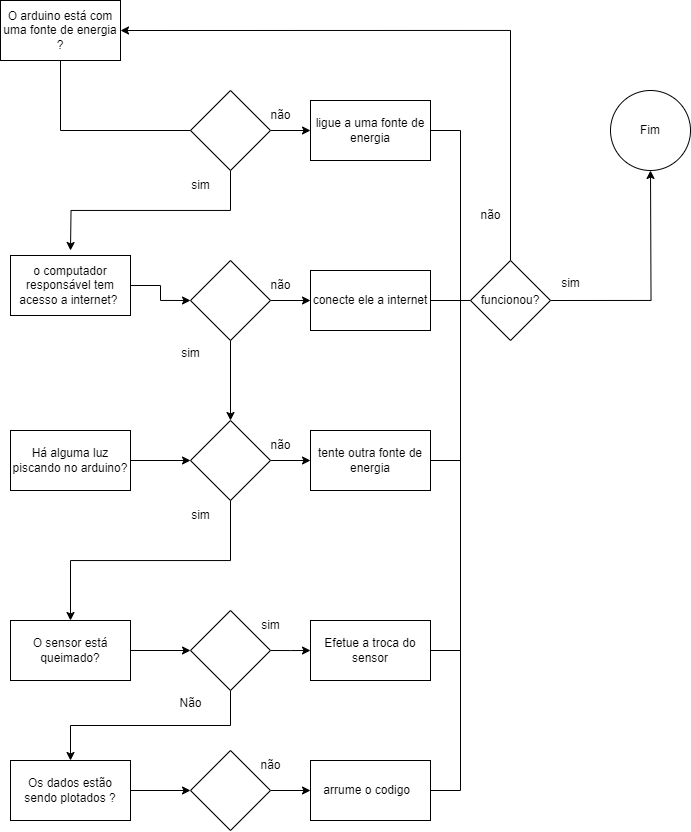
This is Documentacao/diagramadesuporte.drawio.png from KaduRibeiro1/DataCoffee, a draw.io export, as it was before one commit. Source tidied: cells renumbered, new cells last; positions are measured from the earlier drawing's top-left corner, leaving out a move shared by most shapes. Source of this version:
```xml
<mxGraphModel>
  <root>
    <mxCell id="0" />
    <mxCell id="1" parent="0" />
    <mxCell id="2" value="O arduino está com uma fonte de energia ?" style="rounded=0;whiteSpace=wrap;html=1;" parent="1" vertex="1">
      <mxGeometry width="120" height="60" as="geometry" />
    </mxCell>
    <mxCell id="3" style="edgeStyle=orthogonalEdgeStyle;rounded=0;jettySize=auto;html=1;exitX=0.5;exitY=1;exitDx=0;exitDy=0;" parent="1" edge="1" source="5">
      <mxGeometry relative="1" as="geometry">
        <mxPoint x="70" y="250" as="targetPoint" />
      </mxGeometry>
    </mxCell>
    <mxCell id="4" style="edgeStyle=orthogonalEdgeStyle;rounded=0;jettySize=auto;html=1;exitX=1;exitY=0.5;exitDx=0;exitDy=0;" parent="1" edge="1" source="5" target="9">
      <mxGeometry relative="1" as="geometry" />
    </mxCell>
    <mxCell id="5" style="rhombus;whiteSpace=wrap;html=1;" parent="1" vertex="1">
      <mxGeometry x="190" y="90" width="80" height="80" as="geometry" />
    </mxCell>
    <mxCell id="6" style="endArrow=none;html=1;rounded=0;exitX=0.5;exitY=1;exitDx=0;exitDy=0;entryX=0;entryY=0.5;entryDx=0;entryDy=0;" parent="1" edge="1" source="2" target="5">
      <mxGeometry relative="1" as="geometry">
        <Array as="points">
          <mxPoint x="60" y="130" />
        </Array>
      </mxGeometry>
    </mxCell>
    <mxCell id="7" value="não" style="text;html=1;align=center;verticalAlign=middle;strokeColor=none;fillColor=none;" parent="1" vertex="1">
      <mxGeometry x="260" y="100" width="40" height="30" as="geometry" />
    </mxCell>
    <mxCell id="8" value="sim" style="text;html=1;align=center;verticalAlign=middle;strokeColor=none;fillColor=none;" parent="1" vertex="1">
      <mxGeometry x="180" y="170" width="40" height="30" as="geometry" />
    </mxCell>
    <mxCell id="9" value="ligue a uma fonte de energia" style="rounded=0;whiteSpace=wrap;html=1;" parent="1" vertex="1">
      <mxGeometry x="310" y="100" width="120" height="60" as="geometry" />
    </mxCell>
    <mxCell id="10" style="edgeStyle=orthogonalEdgeStyle;rounded=0;jettySize=auto;html=1;exitX=1;exitY=0.5;exitDx=0;exitDy=0;entryX=0;entryY=0.5;entryDx=0;entryDy=0;" parent="1" edge="1" source="11" target="15">
      <mxGeometry relative="1" as="geometry" />
    </mxCell>
    <mxCell id="11" value="o computador responsável tem acesso a internet?&amp;nbsp;" style="rounded=0;whiteSpace=wrap;html=1;" parent="1" vertex="1">
      <mxGeometry x="10" y="255" width="120" height="60" as="geometry" />
    </mxCell>
    <mxCell id="12" value="Fim" style="ellipse;whiteSpace=wrap;html=1;" parent="1" vertex="1">
      <mxGeometry x="610" y="90" width="80" height="80" as="geometry" />
    </mxCell>
    <mxCell id="13" style="edgeStyle=orthogonalEdgeStyle;rounded=0;jettySize=auto;html=1;exitX=1;exitY=0.5;exitDx=0;exitDy=0;" parent="1" edge="1" source="15" target="17">
      <mxGeometry relative="1" as="geometry" />
    </mxCell>
    <mxCell id="14" style="edgeStyle=orthogonalEdgeStyle;rounded=0;jettySize=auto;html=1;exitX=0.5;exitY=1;exitDx=0;exitDy=0;entryX=0.5;entryY=0;entryDx=0;entryDy=0;" parent="1" edge="1" source="15" target="28">
      <mxGeometry relative="1" as="geometry" />
    </mxCell>
    <mxCell id="15" style="rhombus;whiteSpace=wrap;html=1;" parent="1" vertex="1">
      <mxGeometry x="190" y="260" width="80" height="80" as="geometry" />
    </mxCell>
    <mxCell id="16" value="não" style="text;html=1;align=center;verticalAlign=middle;strokeColor=none;fillColor=none;" parent="1" vertex="1">
      <mxGeometry x="260" y="270" width="40" height="30" as="geometry" />
    </mxCell>
    <mxCell id="17" value="conecte ele a internet" style="rounded=0;whiteSpace=wrap;html=1;" parent="1" vertex="1">
      <mxGeometry x="310" y="270" width="120" height="60" as="geometry" />
    </mxCell>
    <mxCell id="18" style="edgeStyle=orthogonalEdgeStyle;rounded=0;jettySize=auto;html=1;exitX=1;exitY=0.5;exitDx=0;exitDy=0;entryX=0.5;entryY=1;entryDx=0;entryDy=0;" parent="1" edge="1" source="20">
      <mxGeometry relative="1" as="geometry">
        <mxPoint x="650" y="170" as="targetPoint" />
      </mxGeometry>
    </mxCell>
    <mxCell id="19" style="edgeStyle=orthogonalEdgeStyle;rounded=0;jettySize=auto;html=1;exitX=0.5;exitY=0;exitDx=0;exitDy=0;entryX=1;entryY=0.5;entryDx=0;entryDy=0;" parent="1" edge="1" source="20" target="2">
      <mxGeometry relative="1" as="geometry" />
    </mxCell>
    <mxCell id="20" value="funcionou?" style="rhombus;whiteSpace=wrap;html=1;" parent="1" vertex="1">
      <mxGeometry x="470" y="260" width="80" height="80" as="geometry" />
    </mxCell>
    <mxCell id="21" value="sim" style="text;html=1;align=center;verticalAlign=middle;strokeColor=none;fillColor=none;" parent="1" vertex="1">
      <mxGeometry x="550" y="268" width="40" height="30" as="geometry" />
    </mxCell>
    <mxCell id="22" value="não" style="text;html=1;align=center;verticalAlign=middle;strokeColor=none;fillColor=none;" parent="1" vertex="1">
      <mxGeometry x="470" y="200" width="40" height="30" as="geometry" />
    </mxCell>
    <mxCell id="23" value="sim" style="text;html=1;align=center;verticalAlign=middle;strokeColor=none;fillColor=none;" parent="1" vertex="1">
      <mxGeometry x="170" y="338" width="40" height="30" as="geometry" />
    </mxCell>
    <mxCell id="24" style="edgeStyle=orthogonalEdgeStyle;rounded=0;jettySize=auto;html=1;exitX=1;exitY=0.5;exitDx=0;exitDy=0;entryX=0;entryY=0.5;entryDx=0;entryDy=0;" parent="1" edge="1" source="25" target="28">
      <mxGeometry relative="1" as="geometry" />
    </mxCell>
    <mxCell id="25" value="Há alguma luz piscando no arduino?" style="rounded=0;whiteSpace=wrap;html=1;" parent="1" vertex="1">
      <mxGeometry x="10" y="430" width="120" height="60" as="geometry" />
    </mxCell>
    <mxCell id="26" style="edgeStyle=orthogonalEdgeStyle;rounded=0;jettySize=auto;html=1;exitX=1;exitY=0.5;exitDx=0;exitDy=0;" parent="1" edge="1" source="28" target="31">
      <mxGeometry relative="1" as="geometry" />
    </mxCell>
    <mxCell id="27" style="edgeStyle=orthogonalEdgeStyle;rounded=0;jettySize=auto;html=1;exitX=0.5;exitY=1;exitDx=0;exitDy=0;entryX=0.5;entryY=0;entryDx=0;entryDy=0;" parent="1" edge="1" source="28" target="34">
      <mxGeometry relative="1" as="geometry" />
    </mxCell>
    <mxCell id="28" style="rhombus;whiteSpace=wrap;html=1;" parent="1" vertex="1">
      <mxGeometry x="190" y="420" width="80" height="80" as="geometry" />
    </mxCell>
    <mxCell id="29" value="não" style="text;html=1;align=center;verticalAlign=middle;strokeColor=none;fillColor=none;" parent="1" vertex="1">
      <mxGeometry x="260" y="430" width="40" height="30" as="geometry" />
    </mxCell>
    <mxCell id="30" value="sim" style="text;html=1;align=center;verticalAlign=middle;strokeColor=none;fillColor=none;" parent="1" vertex="1">
      <mxGeometry x="180" y="500" width="40" height="30" as="geometry" />
    </mxCell>
    <mxCell id="31" value="tente outra fonte de energia" style="rounded=0;whiteSpace=wrap;html=1;" parent="1" vertex="1">
      <mxGeometry x="310" y="430" width="120" height="60" as="geometry" />
    </mxCell>
    <mxCell id="32" style="endArrow=none;html=1;rounded=0;exitX=1;exitY=0.5;exitDx=0;exitDy=0;" parent="1" edge="1" source="31">
      <mxGeometry relative="1" as="geometry">
        <mxPoint x="460" y="300" as="targetPoint" />
        <Array as="points">
          <mxPoint x="460" y="460" />
        </Array>
      </mxGeometry>
    </mxCell>
    <mxCell id="33" style="edgeStyle=orthogonalEdgeStyle;rounded=0;jettySize=auto;html=1;exitX=1;exitY=0.5;exitDx=0;exitDy=0;entryX=0;entryY=0.5;entryDx=0;entryDy=0;" parent="1" edge="1" source="34" target="37">
      <mxGeometry relative="1" as="geometry" />
    </mxCell>
    <mxCell id="34" value="O sensor está queimado?" style="rounded=0;whiteSpace=wrap;html=1;" parent="1" vertex="1">
      <mxGeometry x="10" y="620" width="120" height="60" as="geometry" />
    </mxCell>
    <mxCell id="35" style="edgeStyle=orthogonalEdgeStyle;rounded=0;jettySize=auto;html=1;exitX=1;exitY=0.5;exitDx=0;exitDy=0;" parent="1" edge="1" source="37">
      <mxGeometry relative="1" as="geometry">
        <mxPoint x="310" y="650" as="targetPoint" />
      </mxGeometry>
    </mxCell>
    <mxCell id="36" style="edgeStyle=orthogonalEdgeStyle;rounded=0;jettySize=auto;html=1;exitX=0.5;exitY=1;exitDx=0;exitDy=0;entryX=0.5;entryY=0;entryDx=0;entryDy=0;" parent="1" edge="1" source="37" target="43">
      <mxGeometry relative="1" as="geometry">
        <Array as="points">
          <mxPoint x="230" y="725" />
          <mxPoint x="70" y="725" />
        </Array>
      </mxGeometry>
    </mxCell>
    <mxCell id="37" style="rhombus;whiteSpace=wrap;html=1;" parent="1" vertex="1">
      <mxGeometry x="190" y="610" width="80" height="80" as="geometry" />
    </mxCell>
    <mxCell id="38" value="Efetue a troca do sensor" style="rounded=0;whiteSpace=wrap;html=1;" parent="1" vertex="1">
      <mxGeometry x="310" y="620" width="120" height="60" as="geometry" />
    </mxCell>
    <mxCell id="39" style="endArrow=none;html=1;rounded=0;" parent="1" edge="1">
      <mxGeometry relative="1" as="geometry">
        <mxPoint x="430" y="650" as="sourcePoint" />
        <mxPoint x="460" y="450" as="targetPoint" />
        <Array as="points">
          <mxPoint x="460" y="650" />
        </Array>
      </mxGeometry>
    </mxCell>
    <mxCell id="40" value="sim" style="text;html=1;align=center;verticalAlign=middle;strokeColor=none;fillColor=none;" parent="1" vertex="1">
      <mxGeometry x="250" y="610" width="40" height="30" as="geometry" />
    </mxCell>
    <mxCell id="41" value="Não" style="text;html=1;align=center;verticalAlign=middle;strokeColor=none;fillColor=none;" parent="1" vertex="1">
      <mxGeometry x="165" y="688" width="50" height="30" as="geometry" />
    </mxCell>
    <mxCell id="42" style="edgeStyle=orthogonalEdgeStyle;rounded=0;jettySize=auto;html=1;exitX=1;exitY=0.5;exitDx=0;exitDy=0;" parent="1" edge="1" source="43" target="45">
      <mxGeometry relative="1" as="geometry" />
    </mxCell>
    <mxCell id="43" value="Os dados estão sendo plotados ?" style="rounded=0;whiteSpace=wrap;html=1;" parent="1" vertex="1">
      <mxGeometry x="10" y="760" width="120" height="60" as="geometry" />
    </mxCell>
    <mxCell id="44" style="edgeStyle=orthogonalEdgeStyle;rounded=0;jettySize=auto;html=1;" parent="1" edge="1" source="45" target="46">
      <mxGeometry relative="1" as="geometry" />
    </mxCell>
    <mxCell id="45" style="rhombus;whiteSpace=wrap;html=1;" parent="1" vertex="1">
      <mxGeometry x="190" y="750" width="80" height="80" as="geometry" />
    </mxCell>
    <mxCell id="46" value="arrume o codigo&amp;nbsp;&amp;nbsp;" style="rounded=0;whiteSpace=wrap;html=1;" parent="1" vertex="1">
      <mxGeometry x="310" y="760" width="120" height="60" as="geometry" />
    </mxCell>
    <mxCell id="47" value="não" style="text;html=1;align=center;verticalAlign=middle;strokeColor=none;fillColor=none;" parent="1" vertex="1">
      <mxGeometry x="250" y="750" width="40" height="30" as="geometry" />
    </mxCell>
    <mxCell id="48" style="endArrow=none;html=1;rounded=0;entryX=0;entryY=0.5;entryDx=0;entryDy=0;" parent="1" edge="1" target="20">
      <mxGeometry relative="1" as="geometry">
        <mxPoint x="430" y="300" as="sourcePoint" />
      </mxGeometry>
    </mxCell>
    <mxCell id="49" style="endArrow=none;html=1;rounded=0;entryX=1;entryY=0.5;entryDx=0;entryDy=0;" parent="1" edge="1" target="9">
      <mxGeometry relative="1" as="geometry">
        <mxPoint x="460" y="310" as="sourcePoint" />
        <Array as="points">
          <mxPoint x="460" y="130" />
        </Array>
      </mxGeometry>
    </mxCell>
    <mxCell id="50" style="endArrow=none;html=1;rounded=0;" parent="1" edge="1">
      <mxGeometry relative="1" as="geometry">
        <mxPoint x="430" y="790" as="sourcePoint" />
        <mxPoint x="460" y="630" as="targetPoint" />
        <Array as="points">
          <mxPoint x="460" y="790" />
        </Array>
      </mxGeometry>
    </mxCell>
  </root>
</mxGraphModel>
```
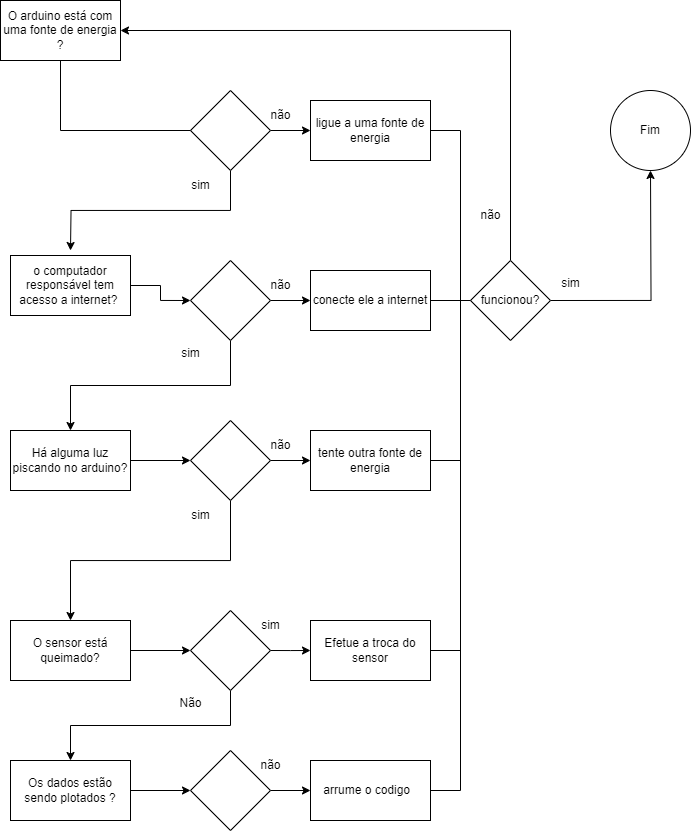
Later version of the same file.

Commit message:
diagrama de suporte atualizado

Diff of the diagram source:
```diff
@@ -44,7 +44,7 @@
     <mxCell id="13" style="edgeStyle=orthogonalEdgeStyle;rounded=0;jettySize=auto;html=1;exitX=1;exitY=0.5;exitDx=0;exitDy=0;" parent="1" edge="1" source="15" target="17">
       <mxGeometry relative="1" as="geometry" />
     </mxCell>
-    <mxCell id="14" style="edgeStyle=orthogonalEdgeStyle;rounded=0;jettySize=auto;html=1;exitX=0.5;exitY=1;exitDx=0;exitDy=0;entryX=0.5;entryY=0;entryDx=0;entryDy=0;" parent="1" edge="1" source="15" target="28">
+    <mxCell id="14" style="edgeStyle=orthogonalEdgeStyle;rounded=0;jettySize=auto;html=1;exitX=0.5;exitY=1;exitDx=0;exitDy=0;entryX=0.5;entryY=0;entryDx=0;entryDy=0;" parent="1" edge="1" source="15" target="25">
       <mxGeometry relative="1" as="geometry" />
     </mxCell>
     <mxCell id="15" style="rhombus;whiteSpace=wrap;html=1;" parent="1" vertex="1">
```
